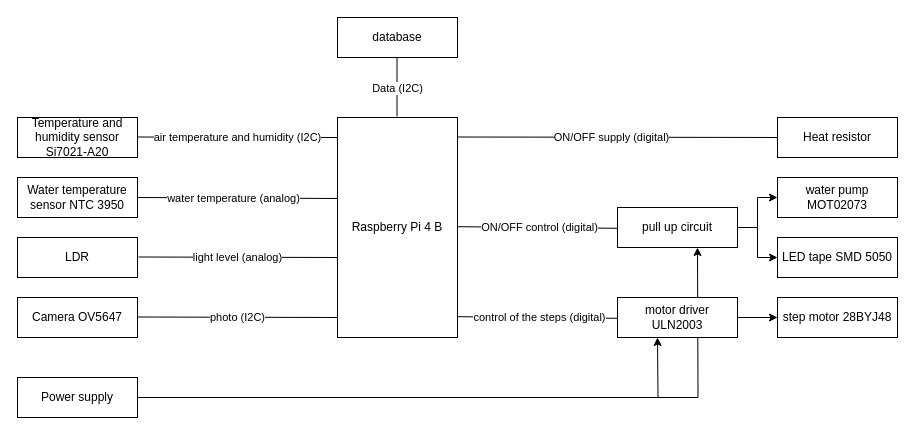
Before: Diagrams/entity relations diagram.drawio in rafaelandrepedro/embebidos2122, a draw.io diagram. Source tidied: cells renumbered, new cells numbered last; positions are measured from the earlier drawing's top-left corner, leaving out a move shared by most shapes. Both pictures are drawn from the tidied source at 100%, with x=0, y=0 at pixel (17, 17).
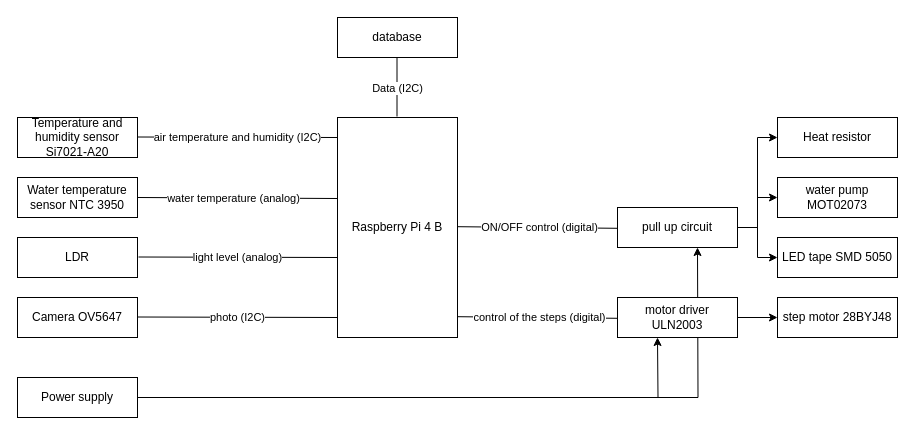
Above is the later version.

Unchanged cells that the change refers to:
```xml
<mxCell id="14" value="Heat resistor" style="rounded=0;whiteSpace=wrap;html=1;" parent="1" vertex="1">
  <mxGeometry x="760" y="100" width="120" height="40" as="geometry" />
</mxCell>
<mxCell id="25" value="pull up circuit" style="rounded=0;whiteSpace=wrap;html=1;" parent="1" vertex="1">
  <mxGeometry x="600" y="190" width="120" height="40" as="geometry" />
</mxCell>
```

The edit, as a diff of the source:
```diff
@@
-    <mxCell id="21" style="endArrow=none;html=1;rounded=0;entryX=0;entryY=0.5;entryDx=0;entryDy=0;" parent="1" edge="1" target="14">
-      <mxGeometry relative="1" as="geometry">
-        <mxPoint x="440" y="119.5" as="sourcePoint" />
-      </mxGeometry>
-    </mxCell>
-    <mxCell id="22" value="ON/OFF supply (digital)" style="edgeLabel;html=1;align=center;verticalAlign=middle;" parent="21" vertex="1">
-      <mxGeometry x="-0.28" y="2" relative="1" as="geometry">
-        <mxPoint x="38" y="2" as="offset" />
-      </mxGeometry>
-    </mxCell>
@@
+    <mxCell id="34" style="edgeStyle=orthogonalEdgeStyle;rounded=0;jettySize=auto;html=1;entryX=0;entryY=0.5;entryDx=0;entryDy=0;" parent="1" edge="1" source="25" target="14">
+      <mxGeometry relative="1" as="geometry" />
+    </mxCell>
```
